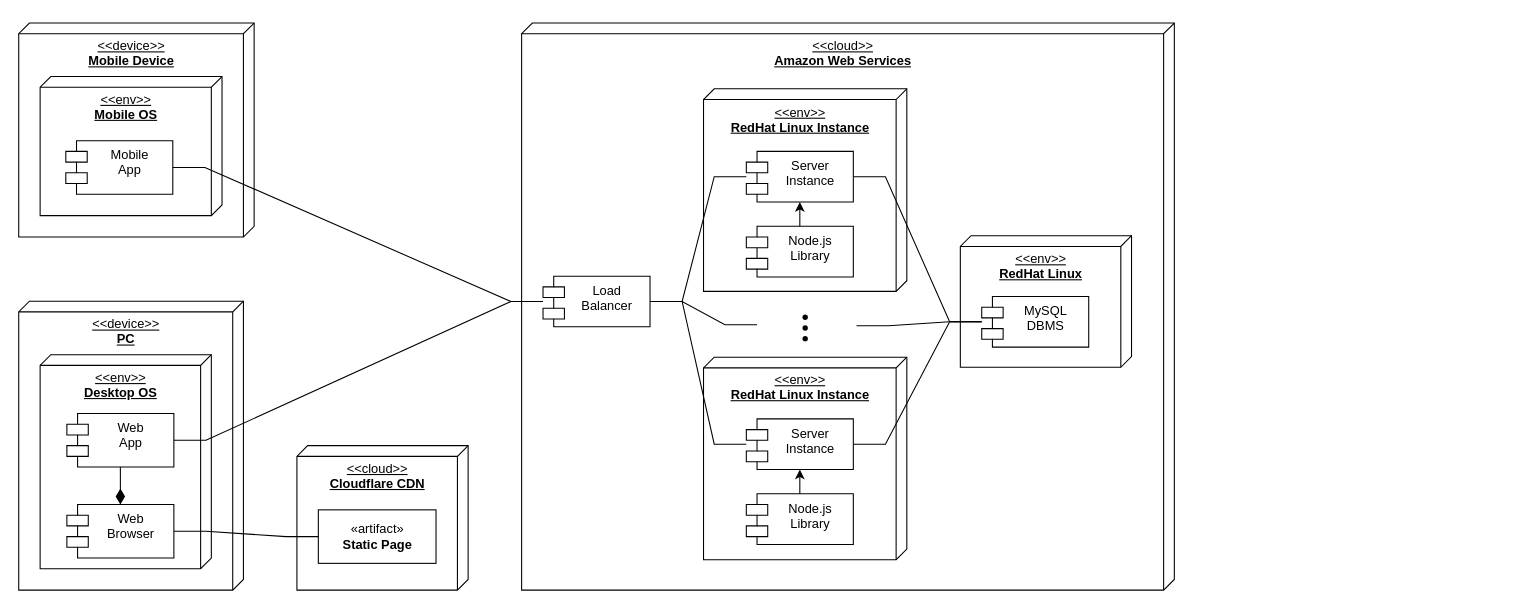
andreafra/Software-Engineering-2-Project-2021 keeps this draw.io diagram as DD/images/draw.io/deployment_structure.drawio. Above is the earlier version. Source tidied: cells renumbered, new cells numbered last; positions are measured from the earlier drawing's top-left corner, leaving out a move shared by most shapes. Both pictures are drawn from the tidied source at 107%, with x=0, y=0 at pixel (18, 22).
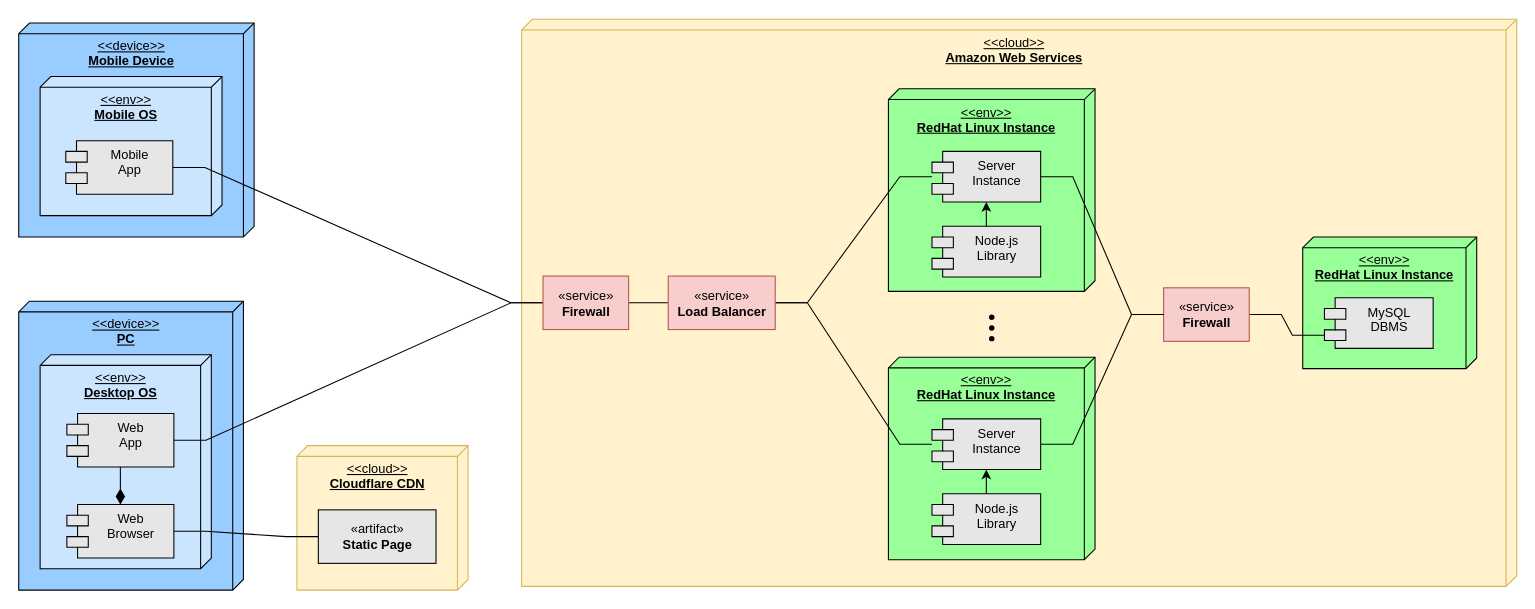
The same diagram, later.

Commit message (it also covers changes not shown here):
start improving deployment structure

The change refers to these unchanged cells:
```xml
<mxCell id="11" style="group;" parent="1" vertex="1">
  <mxGeometry x="260" y="395" width="160" height="135" as="geometry" />
</mxCell>
```

The edit, as a diff of the source:
```diff
@@
+    <mxCell id="16" value="&amp;lt;&amp;lt;cloud&amp;gt;&amp;gt;&lt;br&gt;&lt;b&gt;Amazon Web Services&lt;/b&gt;" style="verticalAlign=top;align=center;spacingTop=8;spacingLeft=2;spacingRight=12;shape=cube;size=10;direction=south;fontStyle=4;html=1;fillColor=#fff2cc;strokeColor=#d6b656;" parent="1" vertex="1">
+      <mxGeometry x="470" y="-3.5" width="930" height="530" as="geometry" />
+    </mxCell>
-    <mxCell id="2" value="&amp;lt;&amp;lt;device&amp;gt;&amp;gt;&lt;br&gt;&lt;b&gt;PC&lt;/b&gt;" style="verticalAlign=top;align=center;spacingTop=8;spacingLeft=2;spacingRight=12;shape=cube;size=10;direction=south;fontStyle=4;html=1;" parent="1" vertex="1">
+    <mxCell id="2" value="&amp;lt;&amp;lt;device&amp;gt;&amp;gt;&lt;br&gt;&lt;b&gt;PC&lt;/b&gt;" style="verticalAlign=top;align=center;spacingTop=8;spacingLeft=2;spacingRight=12;shape=cube;size=10;direction=south;fontStyle=4;html=1;fillColor=#99CCFF;" parent="1" vertex="1">
       <mxGeometry y="260" width="210" height="270" as="geometry" />
     </mxCell>
-    <mxCell id="3" value="&amp;lt;&amp;lt;env&amp;gt;&amp;gt;&lt;br&gt;&lt;b&gt;Desktop OS&lt;/b&gt;" style="verticalAlign=top;align=center;spacingTop=8;spacingLeft=2;spacingRight=12;shape=cube;size=10;direction=south;fontStyle=4;html=1;" parent="1" vertex="1">
+    <mxCell id="3" value="&amp;lt;&amp;lt;env&amp;gt;&amp;gt;&lt;br&gt;&lt;b&gt;Desktop OS&lt;/b&gt;" style="verticalAlign=top;align=center;spacingTop=8;spacingLeft=2;spacingRight=12;shape=cube;size=10;direction=south;fontStyle=4;html=1;fillColor=#CCE5FF;" parent="1" vertex="1">
       <mxGeometry x="20" y="310" width="160" height="200" as="geometry" />
     </mxCell>
-    <mxCell id="4" value="&amp;lt;&amp;lt;device&amp;gt;&amp;gt;&lt;br&gt;&lt;b&gt;Mobile Device&lt;/b&gt;" style="verticalAlign=top;align=center;spacingTop=8;spacingLeft=2;spacingRight=12;shape=cube;size=10;direction=south;fontStyle=4;html=1;" parent="1" vertex="1">
+    <mxCell id="4" value="&amp;lt;&amp;lt;device&amp;gt;&amp;gt;&lt;br&gt;&lt;b&gt;Mobile Device&lt;/b&gt;" style="verticalAlign=top;align=center;spacingTop=8;spacingLeft=2;spacingRight=12;shape=cube;size=10;direction=south;fontStyle=4;html=1;fillColor=#99CCFF;" parent="1" vertex="1">
       <mxGeometry width="220" height="200" as="geometry" />
     </mxCell>
-    <mxCell id="5" value="&amp;lt;&amp;lt;env&amp;gt;&amp;gt;&lt;br&gt;&lt;b&gt;Mobile OS&lt;/b&gt;" style="verticalAlign=top;align=center;spacingTop=8;spacingLeft=2;spacingRight=12;shape=cube;size=10;direction=south;fontStyle=4;html=1;" parent="1" vertex="1">
+    <mxCell id="5" value="&amp;lt;&amp;lt;env&amp;gt;&amp;gt;&lt;br&gt;&lt;b&gt;Mobile OS&lt;/b&gt;" style="verticalAlign=top;align=center;spacingTop=8;spacingLeft=2;spacingRight=12;shape=cube;size=10;direction=south;fontStyle=4;html=1;fillColor=#CCE5FF;" parent="1" vertex="1">
       <mxGeometry x="20" y="50" width="170" height="130" as="geometry" />
     </mxCell>
-    <mxCell id="6" value="Mobile&#10;App" style="shape=module;align=left;spacingLeft=20;align=center;verticalAlign=top;" parent="1" vertex="1">
+    <mxCell id="6" value="Mobile&#10;App" style="shape=module;align=left;spacingLeft=20;align=center;verticalAlign=top;fillColor=#E6E6E6;" parent="1" vertex="1">
       <mxGeometry x="44" y="110" width="100" height="50" as="geometry" />
     </mxCell>
-    <mxCell id="7" value="Web&#10;App" style="shape=module;align=left;spacingLeft=20;align=center;verticalAlign=top;" parent="1" vertex="1">
+    <mxCell id="7" value="Web&#10;App" style="shape=module;align=left;spacingLeft=20;align=center;verticalAlign=top;fillColor=#E6E6E6;" parent="1" vertex="1">
       <mxGeometry x="45" y="365" width="100" height="50" as="geometry" />
     </mxCell>
@@
-    <mxCell id="9" value="Web&#10;Browser" style="shape=module;align=left;spacingLeft=20;align=center;verticalAlign=top;" parent="1" vertex="1">
+    <mxCell id="9" value="Web&#10;Browser" style="shape=module;align=left;spacingLeft=20;align=center;verticalAlign=top;fillColor=#E6E6E6;" parent="1" vertex="1">
       <mxGeometry x="45" y="450" width="100" height="50" as="geometry" />
     </mxCell>
-    <mxCell id="10" style="edgeStyle=entityRelationEdgeStyle;rounded=0;jettySize=auto;html=1;startArrow=none;startFill=0;startSize=12;endArrow=none;endFill=0;endSize=6;" parent="1" edge="1" source="6" target="17">
-      <mxGeometry relative="1" as="geometry" />
-    </mxCell>
@@
-    <mxCell id="12" value="&amp;lt;&amp;lt;cloud&amp;gt;&amp;gt;&lt;br&gt;&lt;b&gt;Cloudflare CDN&lt;/b&gt;" style="verticalAlign=top;align=center;spacingTop=8;spacingLeft=2;spacingRight=12;shape=cube;size=10;direction=south;fontStyle=4;html=1;" parent="11" vertex="1">
+    <mxCell id="12" value="&amp;lt;&amp;lt;cloud&amp;gt;&amp;gt;&lt;br&gt;&lt;b&gt;Cloudflare CDN&lt;/b&gt;" style="verticalAlign=top;align=center;spacingTop=8;spacingLeft=2;spacingRight=12;shape=cube;size=10;direction=south;fontStyle=4;html=1;fillColor=#fff2cc;strokeColor=#d6b656;" parent="11" vertex="1">
       <mxGeometry width="160" height="135" as="geometry" />
     </mxCell>
-    <mxCell id="13" value="«artifact»&lt;br&gt;&lt;b&gt;Static Page&lt;/b&gt;" style="html=1;" parent="11" vertex="1">
+    <mxCell id="13" value="«artifact»&lt;br&gt;&lt;b&gt;Static Page&lt;/b&gt;" style="html=1;fillColor=#E6E6E6;" parent="11" vertex="1">
       <mxGeometry x="20" y="60" width="110" height="50" as="geometry" />
     </mxCell>
@@
-    <mxCell id="15" style="group;rounded=0;" parent="1" vertex="1">
-      <mxGeometry x="470" width="610" height="530" as="geometry" />
-    </mxCell>
-    <mxCell id="16" value="&amp;lt;&amp;lt;cloud&amp;gt;&amp;gt;&lt;br&gt;&lt;b&gt;Amazon Web Services&lt;/b&gt;" style="verticalAlign=top;align=center;spacingTop=8;spacingLeft=2;spacingRight=12;shape=cube;size=10;direction=south;fontStyle=4;html=1;" parent="15" vertex="1">
-      <mxGeometry width="610" height="530" as="geometry" />
-    </mxCell>
-    <mxCell id="17" value="Load&#10;Balancer" style="shape=module;align=left;spacingLeft=20;align=center;verticalAlign=top;" parent="15" vertex="1">
-      <mxGeometry x="20" y="236.6" width="100" height="47.3" as="geometry" />
-    </mxCell>
+    <mxCell id="39" style="edgeStyle=entityRelationEdgeStyle;rounded=0;jettySize=auto;html=1;startArrow=none;startFill=0;startSize=12;endArrow=none;endFill=0;endSize=6;entryX=0;entryY=0.5;entryDx=0;entryDy=0;" parent="1" edge="1" source="7" target="43">
+      <mxGeometry relative="1" as="geometry" />
+    </mxCell>
+    <mxCell id="10" style="edgeStyle=entityRelationEdgeStyle;rounded=0;jettySize=auto;html=1;startArrow=none;startFill=0;startSize=12;endArrow=none;endFill=0;endSize=6;entryX=0;entryY=0.5;entryDx=0;entryDy=0;" parent="1" edge="1" source="6" target="43">
+      <mxGeometry relative="1" as="geometry" />
+    </mxCell>
-    <mxCell id="18" style="group;" parent="15" vertex="1">
-      <mxGeometry x="170" y="61.5" width="190" height="189.3" as="geometry" />
+    <mxCell id="18" style="group;" parent="1" vertex="1">
+      <mxGeometry x="812.8" y="61.5" width="193.1" height="189.3" as="geometry" />
     </mxCell>
-    <mxCell id="19" value="&amp;lt;&amp;lt;env&amp;gt;&amp;gt;&lt;br&gt;&lt;b&gt;RedHat Linux Instance&lt;/b&gt;" style="verticalAlign=top;align=center;spacingTop=8;spacingLeft=2;spacingRight=12;shape=cube;size=10;direction=south;fontStyle=4;html=1;" parent="18" vertex="1">
-      <mxGeometry width="190" height="189.3" as="geometry" />
+    <mxCell id="19" value="&amp;lt;&amp;lt;env&amp;gt;&amp;gt;&lt;br&gt;&lt;b&gt;RedHat Linux Instance&lt;/b&gt;" style="verticalAlign=top;align=center;spacingTop=8;spacingLeft=2;spacingRight=12;shape=cube;size=10;direction=south;fontStyle=4;html=1;fillColor=#99FF99;" parent="18" vertex="1">
+      <mxGeometry width="193.1" height="189.3" as="geometry" />
     </mxCell>
-    <mxCell id="20" value="Server&#10;Instance" style="shape=module;align=left;spacingLeft=20;align=center;verticalAlign=top;" parent="18" vertex="1">
-      <mxGeometry x="40" y="58.5" width="100" height="47.3" as="geometry" />
+    <mxCell id="20" value="Server&#10;Instance" style="shape=module;align=left;spacingLeft=20;align=center;verticalAlign=top;fillColor=#E6E6E6;" parent="18" vertex="1">
+      <mxGeometry x="40.7" y="58.5" width="101.6" height="47.3" as="geometry" />
     </mxCell>
-    <mxCell id="21" value="Node.js&#10;Library" style="shape=module;align=left;spacingLeft=20;align=center;verticalAlign=top;" parent="18" vertex="1">
-      <mxGeometry x="40" y="128.5" width="100" height="47.3" as="geometry" />
+    <mxCell id="21" value="Node.js&#10;Library" style="shape=module;align=left;spacingLeft=20;align=center;verticalAlign=top;fillColor=#E6E6E6;" parent="18" vertex="1">
+      <mxGeometry x="40.7" y="128.5" width="101.6" height="47.3" as="geometry" />
     </mxCell>
@@
-    <mxCell id="23" style="edgeStyle=entityRelationEdgeStyle;rounded=0;jettySize=auto;html=1;startArrow=none;startFill=0;startSize=12;endArrow=none;endFill=0;endSize=6;" parent="15" edge="1" source="17" target="20">
-      <mxGeometry relative="1" as="geometry" />
+    <mxCell id="23" style="edgeStyle=entityRelationEdgeStyle;rounded=0;jettySize=auto;html=1;startArrow=none;startFill=0;startSize=12;endArrow=none;endFill=0;endSize=6;exitX=1;exitY=0.5;exitDx=0;exitDy=0;" parent="1" edge="1" source="44" target="20">
+      <mxGeometry x="760" y="160" as="geometry" />
     </mxCell>
-    <mxCell id="24" style="group;" parent="15" vertex="1">
-      <mxGeometry x="170" y="312.3" width="190" height="189.3" as="geometry" />
+    <mxCell id="24" style="group;" parent="1" vertex="1">
+      <mxGeometry x="812.8" y="312.3" width="193.1" height="189.3" as="geometry" />
     </mxCell>
-    <mxCell id="25" value="&amp;lt;&amp;lt;env&amp;gt;&amp;gt;&lt;br&gt;&lt;b&gt;RedHat Linux Instance&lt;/b&gt;" style="verticalAlign=top;align=center;spacingTop=8;spacingLeft=2;spacingRight=12;shape=cube;size=10;direction=south;fontStyle=4;html=1;" parent="24" vertex="1">
-      <mxGeometry width="190" height="189.3" as="geometry" />
+    <mxCell id="25" value="&amp;lt;&amp;lt;env&amp;gt;&amp;gt;&lt;br&gt;&lt;b&gt;RedHat Linux Instance&lt;/b&gt;" style="verticalAlign=top;align=center;spacingTop=8;spacingLeft=2;spacingRight=12;shape=cube;size=10;direction=south;fontStyle=4;html=1;fillColor=#99FF99;" parent="24" vertex="1">
+      <mxGeometry width="193.1" height="189.3" as="geometry" />
     </mxCell>
-    <mxCell id="26" value="Server&#10;Instance" style="shape=module;align=left;spacingLeft=20;align=center;verticalAlign=top;" parent="24" vertex="1">
-      <mxGeometry x="40" y="57.7" width="100" height="47.3" as="geometry" />
+    <mxCell id="26" value="Server&#10;Instance" style="shape=module;align=left;spacingLeft=20;align=center;verticalAlign=top;fillColor=#E6E6E6;" parent="24" vertex="1">
+      <mxGeometry x="40.7" y="57.7" width="101.6" height="47.3" as="geometry" />
     </mxCell>
-    <mxCell id="27" value="Node.js&#10;Library" style="shape=module;align=left;spacingLeft=20;align=center;verticalAlign=top;" parent="24" vertex="1">
-      <mxGeometry x="40" y="127.7" width="100" height="47.3" as="geometry" />
+    <mxCell id="27" value="Node.js&#10;Library" style="shape=module;align=left;spacingLeft=20;align=center;verticalAlign=top;fillColor=#E6E6E6;" parent="24" vertex="1">
+      <mxGeometry x="40.7" y="127.7" width="101.6" height="47.3" as="geometry" />
     </mxCell>
@@
-    <mxCell id="29" style="edgeStyle=entityRelationEdgeStyle;rounded=0;jettySize=auto;html=1;startArrow=none;startFill=0;startSize=12;endArrow=none;endFill=0;endSize=6;" parent="15" edge="1" source="17" target="26">
-      <mxGeometry relative="1" as="geometry" />
+    <mxCell id="29" style="edgeStyle=entityRelationEdgeStyle;rounded=0;jettySize=auto;html=1;startArrow=none;startFill=0;startSize=12;endArrow=none;endFill=0;endSize=6;exitX=1;exitY=0.5;exitDx=0;exitDy=0;" parent="1" edge="1" source="44" target="26">
+      <mxGeometry x="760" y="160" as="geometry" />
     </mxCell>
-    <mxCell id="30" style="group;" parent="15" vertex="1">
-      <mxGeometry x="410" y="198.8" width="160" height="123" as="geometry" />
+    <mxCell id="30" style="group;" parent="1" vertex="1">
+      <mxGeometry x="1200" y="200" width="162.6" height="123" as="geometry" />
     </mxCell>
-    <mxCell id="31" value="&amp;lt;&amp;lt;env&amp;gt;&amp;gt;&lt;br&gt;&lt;b&gt;RedHat Linux&lt;/b&gt;" style="verticalAlign=top;align=center;spacingTop=8;spacingLeft=2;spacingRight=12;shape=cube;size=10;direction=south;fontStyle=4;html=1;" parent="30" vertex="1">
-      <mxGeometry width="160" height="123" as="geometry" />
+    <mxCell id="31" value="&amp;lt;&amp;lt;env&amp;gt;&amp;gt;&lt;br&gt;&lt;b&gt;RedHat Linux Instance&lt;/b&gt;" style="verticalAlign=top;align=center;spacingTop=8;spacingLeft=2;spacingRight=12;shape=cube;size=10;direction=south;fontStyle=4;html=1;fillColor=#99FF99;" parent="30" vertex="1">
+      <mxGeometry width="162.6" height="123" as="geometry" />
     </mxCell>
-    <mxCell id="32" value="MySQL&#10;DBMS" style="shape=module;align=left;spacingLeft=20;align=center;verticalAlign=top;" parent="30" vertex="1">
-      <mxGeometry x="20" y="56.8" width="100" height="47.3" as="geometry" />
+    <mxCell id="32" value="MySQL&#10;DBMS" style="shape=module;align=left;spacingLeft=20;align=center;verticalAlign=top;fillColor=#E6E6E6;" parent="30" vertex="1">
+      <mxGeometry x="20.3" y="56.8" width="101.6" height="47.3" as="geometry" />
     </mxCell>
-    <mxCell id="33" style="edgeStyle=entityRelationEdgeStyle;rounded=0;jettySize=auto;html=1;startArrow=none;startFill=0;startSize=12;endArrow=none;endFill=0;endSize=6;" parent="15" edge="1" source="20" target="32">
-      <mxGeometry relative="1" as="geometry" />
-    </mxCell>
-    <mxCell id="34" style="edgeStyle=entityRelationEdgeStyle;rounded=0;jettySize=auto;html=1;startArrow=none;startFill=0;startSize=12;endArrow=none;endFill=0;endSize=6;" parent="15" edge="1" source="26" target="32">
-      <mxGeometry relative="1" as="geometry" />
-    </mxCell>
-    <mxCell id="35" style="group;" parent="15" vertex="1">
-      <mxGeometry x="262.5" y="272.5" width="5" height="25" as="geometry" />
+    <mxCell id="35" style="group;" parent="1" vertex="1">
+      <mxGeometry x="906.8" y="272.5" width="5.1" height="25" as="geometry" />
     </mxCell>
     <mxCell id="36" style="ellipse;fillColor=#000000;strokeColor=none;" parent="35" vertex="1">
-      <mxGeometry width="5" height="5" as="geometry" />
+      <mxGeometry width="5.1" height="5" as="geometry" />
     </mxCell>
     <mxCell id="37" style="ellipse;fillColor=#000000;strokeColor=none;" parent="35" vertex="1">
-      <mxGeometry y="10" width="5" height="5" as="geometry" />
+      <mxGeometry y="10" width="5.1" height="5" as="geometry" />
     </mxCell>
     <mxCell id="38" style="ellipse;fillColor=#000000;strokeColor=none;" parent="35" vertex="1">
-      <mxGeometry y="20" width="5" height="5" as="geometry" />
+      <mxGeometry y="20" width="5.1" height="5" as="geometry" />
     </mxCell>
-    <mxCell id="39" style="edgeStyle=entityRelationEdgeStyle;rounded=0;jettySize=auto;html=1;startArrow=none;startFill=0;startSize=12;endArrow=none;endFill=0;endSize=6;" parent="1" edge="1" source="7" target="17">
-      <mxGeometry relative="1" as="geometry" />
-    </mxCell>
-    <mxCell id="40" style="edgeStyle=entityRelationEdgeStyle;rounded=0;jettySize=auto;html=1;startArrow=none;startFill=0;startSize=12;endArrow=none;endFill=0;endSize=6;exitX=1;exitY=0.5;exitDx=0;exitDy=0;" parent="1" edge="1" source="17">
-      <mxGeometry relative="1" as="geometry">
-        <mxPoint x="690" y="282" as="targetPoint" />
-      </mxGeometry>
-    </mxCell>
-    <mxCell id="41" style="edgeStyle=entityRelationEdgeStyle;rounded=0;jettySize=auto;html=1;startArrow=none;startFill=0;startSize=12;endArrow=none;endFill=0;endSize=6;" parent="1" edge="1" target="32">
-      <mxGeometry relative="1" as="geometry">
-        <mxPoint x="783" y="283" as="sourcePoint" />
-      </mxGeometry>
-    </mxCell>
+    <mxCell id="42" style="edgeStyle=orthogonalEdgeStyle;rounded=0;jettySize=auto;html=1;endArrow=none;endFill=0;" parent="1" edge="1" source="43" target="44">
+      <mxGeometry relative="1" as="geometry" />
+    </mxCell>
+    <mxCell id="43" value="«service»&lt;br&gt;&lt;b&gt;Firewall&lt;/b&gt;" style="html=1;fillColor=#f8cecc;strokeColor=#b85450;" parent="1" vertex="1">
+      <mxGeometry x="490" y="236.5" width="80" height="50" as="geometry" />
+    </mxCell>
+    <mxCell id="44" value="«service»&lt;br&gt;&lt;b&gt;Load Balancer&lt;/b&gt;" style="html=1;fillColor=#f8cecc;strokeColor=#b85450;" parent="1" vertex="1">
+      <mxGeometry x="607" y="236.5" width="100" height="50" as="geometry" />
+    </mxCell>
+    <mxCell id="45" style="edgeStyle=entityRelationEdgeStyle;rounded=0;jettySize=auto;html=1;entryX=0;entryY=0;entryDx=0;entryDy=35;entryPerimeter=0;endArrow=none;endFill=0;" parent="1" edge="1" source="46" target="32">
+      <mxGeometry relative="1" as="geometry" />
+    </mxCell>
+    <mxCell id="46" value="«service»&lt;br&gt;&lt;b&gt;Firewall&lt;/b&gt;" style="html=1;fillColor=#f8cecc;strokeColor=#b85450;" parent="1" vertex="1">
+      <mxGeometry x="1070" y="247.5" width="80" height="50" as="geometry" />
+    </mxCell>
+    <mxCell id="47" style="edgeStyle=entityRelationEdgeStyle;rounded=0;jettySize=auto;html=1;entryX=0;entryY=0.5;entryDx=0;entryDy=0;endArrow=none;endFill=0;" parent="1" edge="1" source="20" target="46">
+      <mxGeometry relative="1" as="geometry" />
+    </mxCell>
+    <mxCell id="48" style="edgeStyle=entityRelationEdgeStyle;rounded=0;jettySize=auto;html=1;entryX=0;entryY=0.5;entryDx=0;entryDy=0;endArrow=none;endFill=0;" parent="1" edge="1" source="26" target="46">
+      <mxGeometry relative="1" as="geometry" />
+    </mxCell>
```
